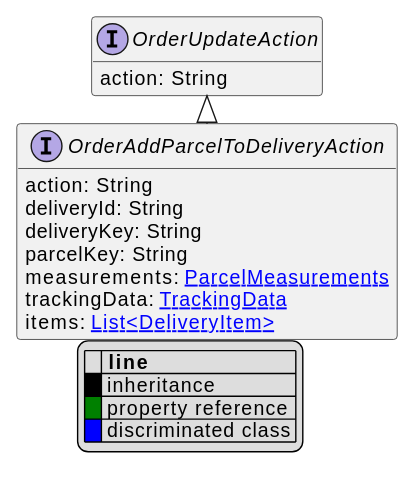
commercetools/commercetools-api-reference keeps this PlantUML diagram as uml/api/svg/OrderAddParcelToDeliveryAction.svg. Above is the earlier version. Its diagram source:
```plantuml
@startuml
!pragma layout elk
hide empty fields
hide empty methods
legend
|= |= line |
|<back:black>   </back>| inheritance |
|<back:green>   </back>| property reference |
|<back:blue>   </back>| discriminated class |
endlegend
interface OrderAddParcelToDeliveryAction [[OrderAddParcelToDeliveryAction.svg]] extends OrderUpdateAction {
    action: String
    deliveryId: String
    deliveryKey: String
    parcelKey: String
    measurements: [[ParcelMeasurements.svg ParcelMeasurements]]
    trackingData: [[TrackingData.svg TrackingData]]
    items: [[DeliveryItem.svg List<DeliveryItem>]]
}
interface OrderUpdateAction [[OrderUpdateAction.svg]]  {
    action: String
}





@enduml
```
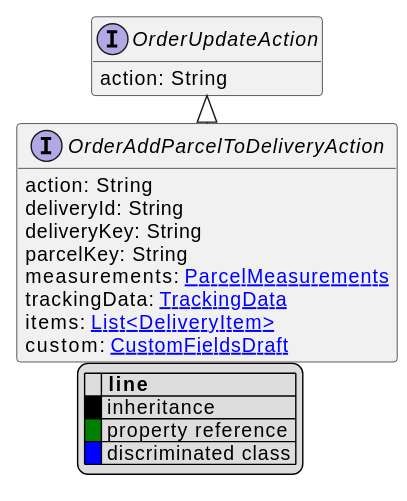
After the change.

Change to the diagram source:
```diff
@@ -16,6 +16,7 @@
     measurements: [[ParcelMeasurements.svg ParcelMeasurements]]
     trackingData: [[TrackingData.svg TrackingData]]
     items: [[DeliveryItem.svg List<DeliveryItem>]]
+    custom: [[CustomFieldsDraft.svg CustomFieldsDraft]]
 }
 interface OrderUpdateAction [[OrderUpdateAction.svg]]  {
     action: String
```
